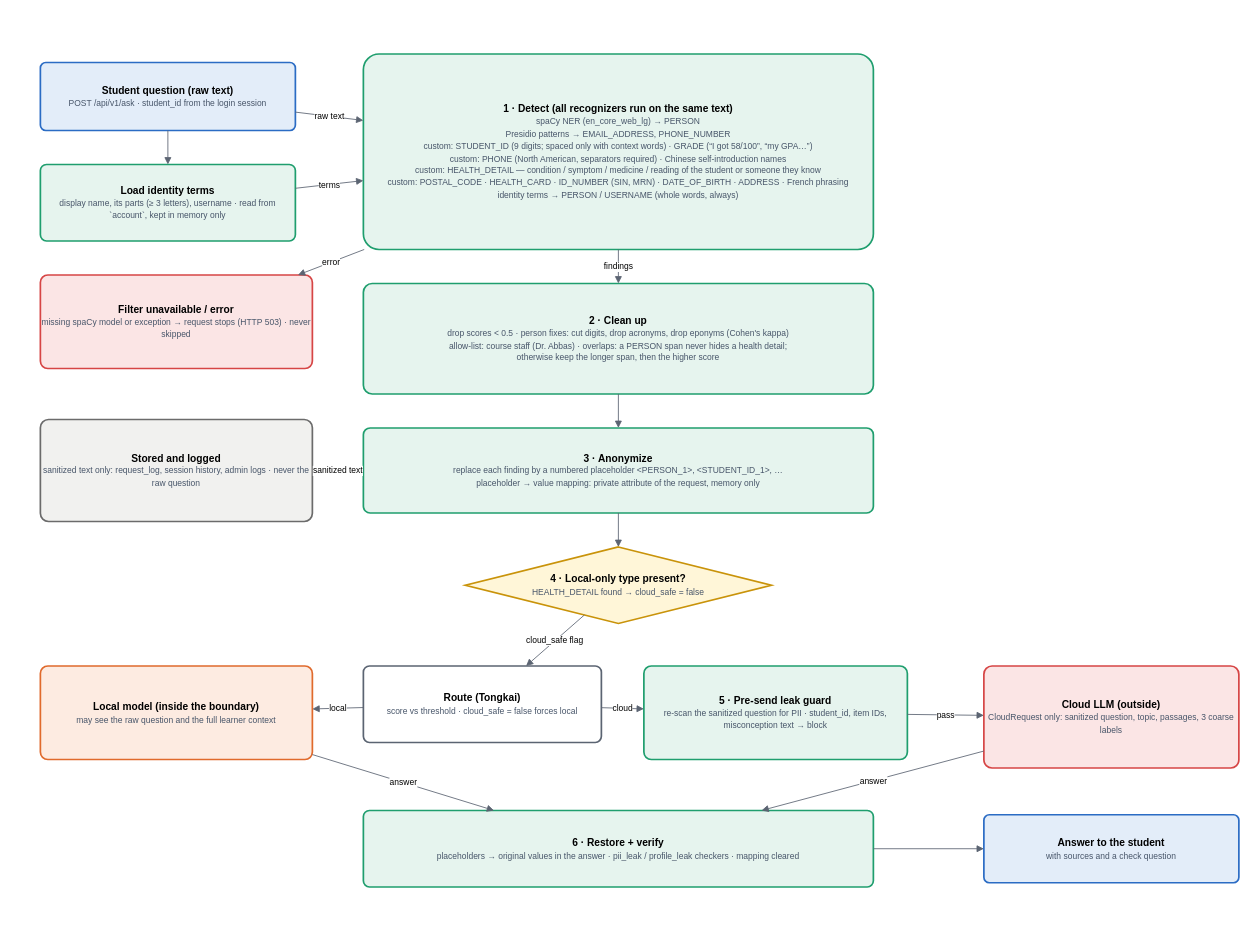
Earlier version of the draw.io diagram docs/diagrams/privacy-filter.drawio (PXzy98/Hybrid-AI-Tutor). Source tidied: cells renumbered, new cells numbered last; positions are measured from the earlier drawing's top-left corner, leaving out a move shared by most shapes. Both pictures are drawn from the tidied source at 85%, with x=0, y=0 at pixel (40, 54).
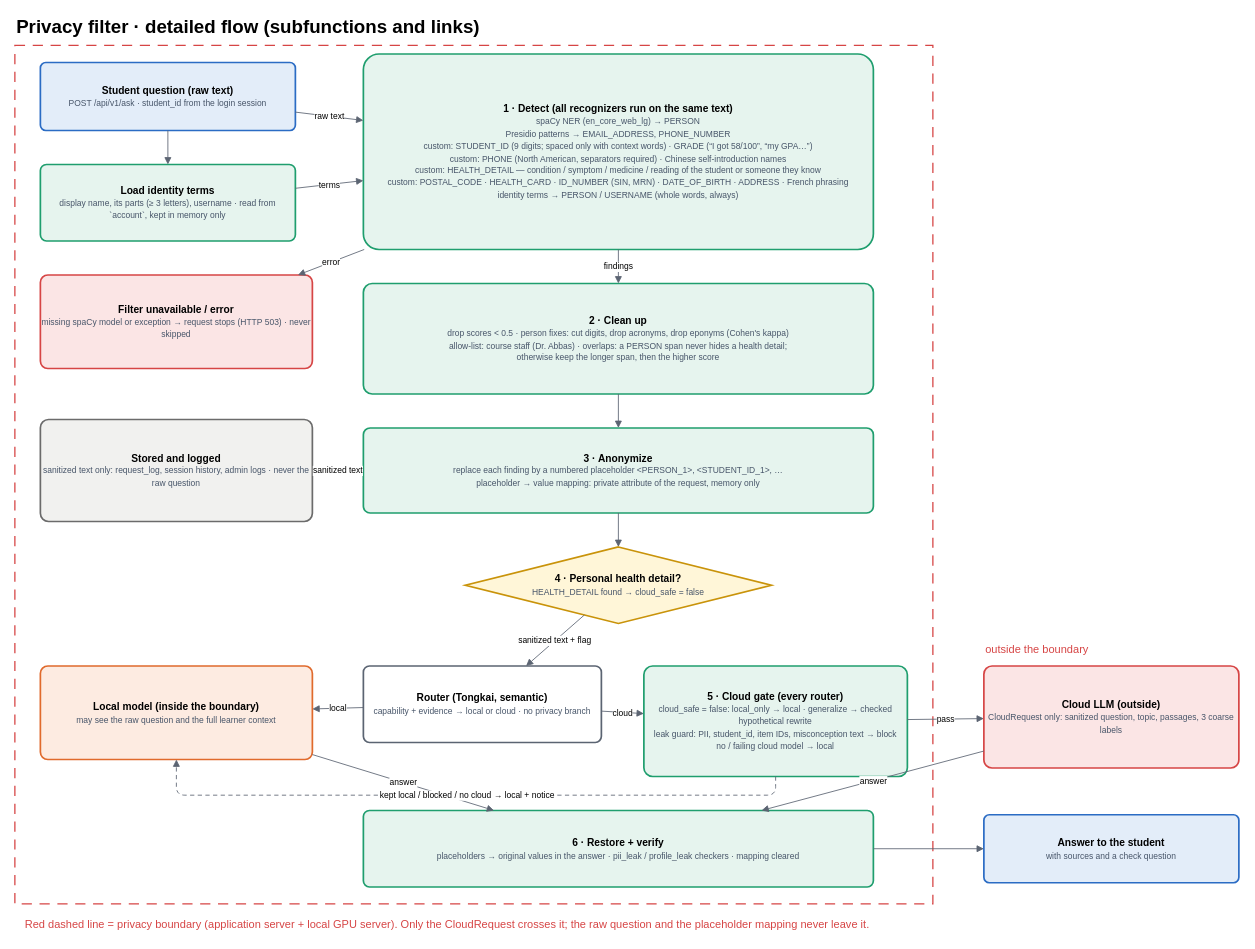
Above is the later version.

The change refers to these unchanged cells:
```xml
<mxCell id="11" value="&lt;b&gt;Local model (inside the boundary)&lt;/b&gt;&lt;br&gt;&lt;font style='font-size:10px' color='#475569'&gt;may see the raw question and the full learner context&lt;/font&gt;" style="rounded=1;arcSize=8;whiteSpace=wrap;html=1;fillColor=#fdebe1;strokeColor=#e06a2c;strokeWidth=2;fontSize=12;" parent="1" vertex="1">
  <mxGeometry y="720" width="320" height="110" as="geometry" />
</mxCell>
```

Change to the diagram source:
```diff
@@
+    <mxCell id="31" style="rounded=0;html=1;fillColor=none;strokeColor=#d64545;dashed=1;dashPattern=8 6;strokeWidth=1.5;" parent="1" vertex="1">
+      <mxGeometry x="-30" y="-10" width="1080" height="1010" as="geometry" />
+    </mxCell>
+    <mxCell id="32" value="&lt;b&gt;Privacy filter · detailed flow (subfunctions and links)&lt;/b&gt;" style="text;html=1;align=left;verticalAlign=middle;fontSize=22;" parent="1" vertex="1">
+      <mxGeometry x="-30" y="-46" width="900" height="30" as="geometry" />
+    </mxCell>
+    <mxCell id="33" value="outside the boundary" style="text;html=1;align=left;verticalAlign=middle;fontSize=13;fontColor=#d64545;" parent="1" vertex="1">
+      <mxGeometry x="1110" y="690" width="200" height="20" as="geometry" />
+    </mxCell>
+    <mxCell id="34" value="Red dashed line = privacy boundary (application server + local GPU server). Only the CloudRequest crosses it; the raw question and the placeholder mapping never leave it." style="text;html=1;align=left;verticalAlign=middle;fontSize=13;fontColor=#d64545;" parent="1" vertex="1">
+      <mxGeometry x="-20" y="1012" width="1400" height="24" as="geometry" />
+    </mxCell>
@@
-    <mxCell id="7" value="&lt;b&gt;4 · Local-only type present?&lt;/b&gt;&lt;br&gt;&lt;font style='font-size:10px' color='#475569'&gt;HEALTH_DETAIL found → cloud_safe = false&lt;/font&gt;" style="rhombus;whiteSpace=wrap;html=1;fillColor=#fff6d8;strokeColor=#c9930a;strokeWidth=2;fontSize=12;" parent="1" vertex="1">
+    <mxCell id="7" value="&lt;b&gt;4 · Personal health detail?&lt;/b&gt;&lt;br&gt;&lt;font style='font-size:10px' color='#475569'&gt;HEALTH_DETAIL found → cloud_safe = false&lt;/font&gt;" style="rhombus;whiteSpace=wrap;html=1;fillColor=#fff6d8;strokeColor=#c9930a;strokeWidth=2;fontSize=12;" parent="1" vertex="1">
       <mxGeometry x="500" y="580" width="360" height="90" as="geometry" />
     </mxCell>
@@
-    <mxCell id="10" value="&lt;b&gt;Route (Tongkai)&lt;/b&gt;&lt;br&gt;&lt;font style='font-size:10px' color='#475569'&gt;score vs threshold · cloud_safe = false forces local&lt;/font&gt;" style="rounded=1;arcSize=8;whiteSpace=wrap;html=1;fillColor=#ffffff;strokeColor=#5b6472;strokeWidth=2;fontSize=12;" parent="1" vertex="1">
+    <mxCell id="10" value="&lt;b&gt;Router (Tongkai, semantic)&lt;/b&gt;&lt;br&gt;&lt;font style='font-size:10px' color='#475569'&gt;capability + evidence → local or cloud · no privacy branch&lt;/font&gt;" style="rounded=1;arcSize=8;whiteSpace=wrap;html=1;fillColor=#ffffff;strokeColor=#5b6472;strokeWidth=2;fontSize=12;" parent="1" vertex="1">
       <mxGeometry x="380" y="720" width="280" height="90" as="geometry" />
     </mxCell>
@@
-    <mxCell id="12" value="&lt;b&gt;5 · Pre-send leak guard&lt;/b&gt;&lt;br&gt;&lt;font style='font-size:10px' color='#475569'&gt;re-scan the sanitized question for PII · student_id, item IDs, misconception text → block&lt;/font&gt;" style="rounded=1;arcSize=8;whiteSpace=wrap;html=1;fillColor=#e6f4ee;strokeColor=#1f9e6e;strokeWidth=2;fontSize=12;" parent="1" vertex="1">
-      <mxGeometry x="710" y="720" width="310" height="110" as="geometry" />
+    <mxCell id="12" value="&lt;b&gt;5 · Cloud gate (every router)&lt;/b&gt;&lt;br&gt;&lt;font style='font-size:10px' color='#475569'&gt;cloud_safe = false: local_only → local · generalize → checked hypothetical rewrite&lt;br&gt;leak guard: PII, student_id, item IDs, misconception text → block&lt;br&gt;no / failing cloud model → local&lt;/font&gt;" style="rounded=1;arcSize=8;whiteSpace=wrap;html=1;fillColor=#e6f4ee;strokeColor=#1f9e6e;strokeWidth=2;fontSize=12;" parent="1" vertex="1">
+      <mxGeometry x="710" y="720" width="310" height="130" as="geometry" />
     </mxCell>
@@
-    <mxCell id="24" value="cloud_safe flag" style="endArrow=block;html=1;strokeColor=#5b6472;fontSize=10;" parent="1" edge="1" source="7" target="10">
+    <mxCell id="24" value="sanitized text + flag" style="endArrow=block;html=1;strokeColor=#5b6472;fontSize=10;" parent="1" edge="1" source="7" target="10">
       <mxGeometry relative="1" as="geometry" />
     </mxCell>
@@
+    <mxCell id="35" value="kept local / blocked / no cloud → local + notice" style="endArrow=block;html=1;strokeColor=#5b6472;dashed=1;dashPattern=5 4;fontSize=10;exitX=0.5;exitY=1;exitDx=0;exitDy=0;entryX=0.5;entryY=1;entryDx=0;entryDy=0;labelBackgroundColor=#ffffff;" parent="1" edge="1" source="12" target="11">
+      <mxGeometry relative="1" as="geometry">
+        <Array as="points">
+          <mxPoint x="865" y="872" />
+          <mxPoint x="160" y="872" />
+        </Array>
+      </mxGeometry>
+    </mxCell>
```
